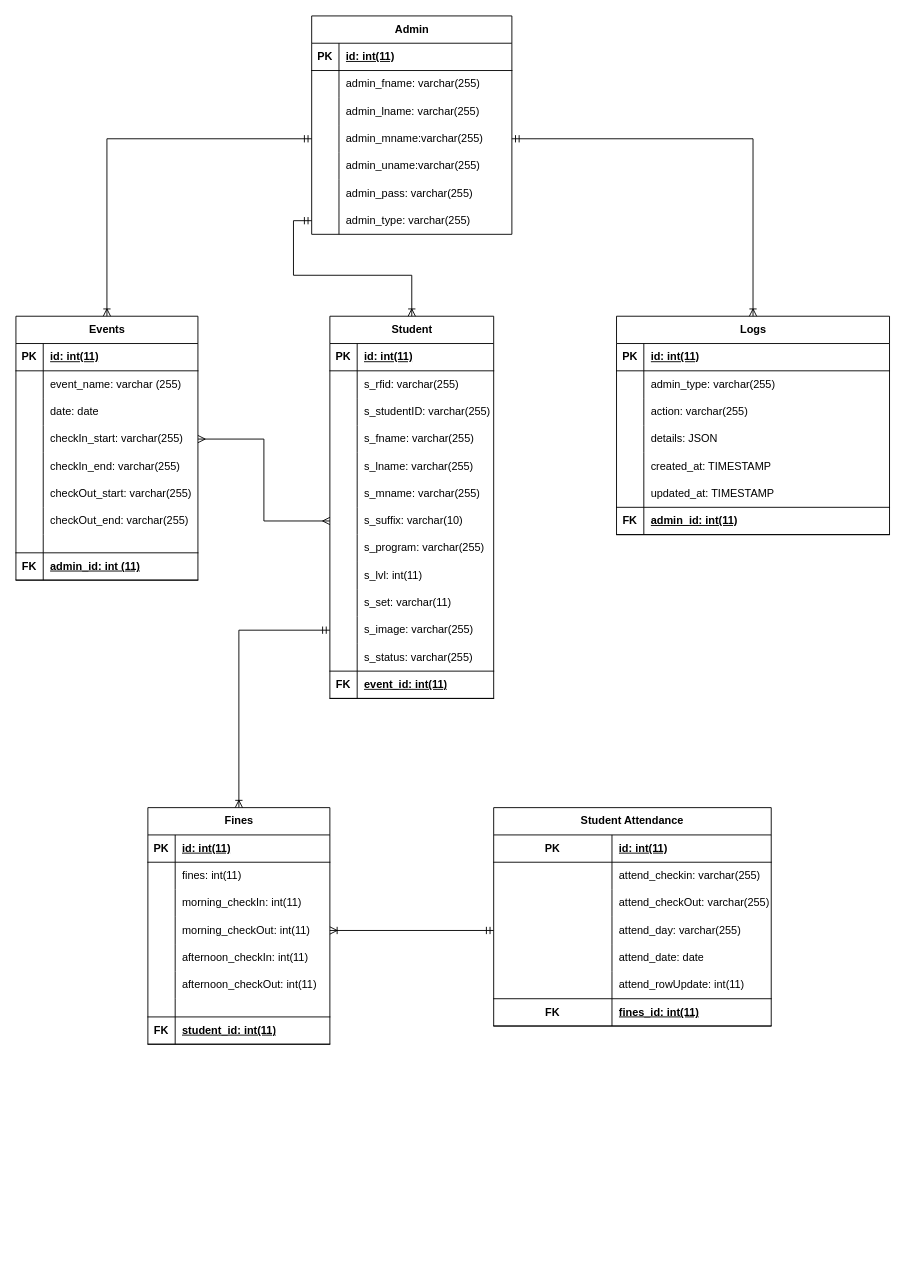
panzerweb/database_repo keeps this draw.io diagram as Attendance_System_ERD.drawio. Above is the earlier version. Source tidied: cells renumbered, new cells numbered last; positions are measured from the earlier drawing's top-left corner, leaving out a move shared by most shapes. Both pictures are drawn from the tidied source at 91%, with x=0, y=0 at pixel (15, 15).
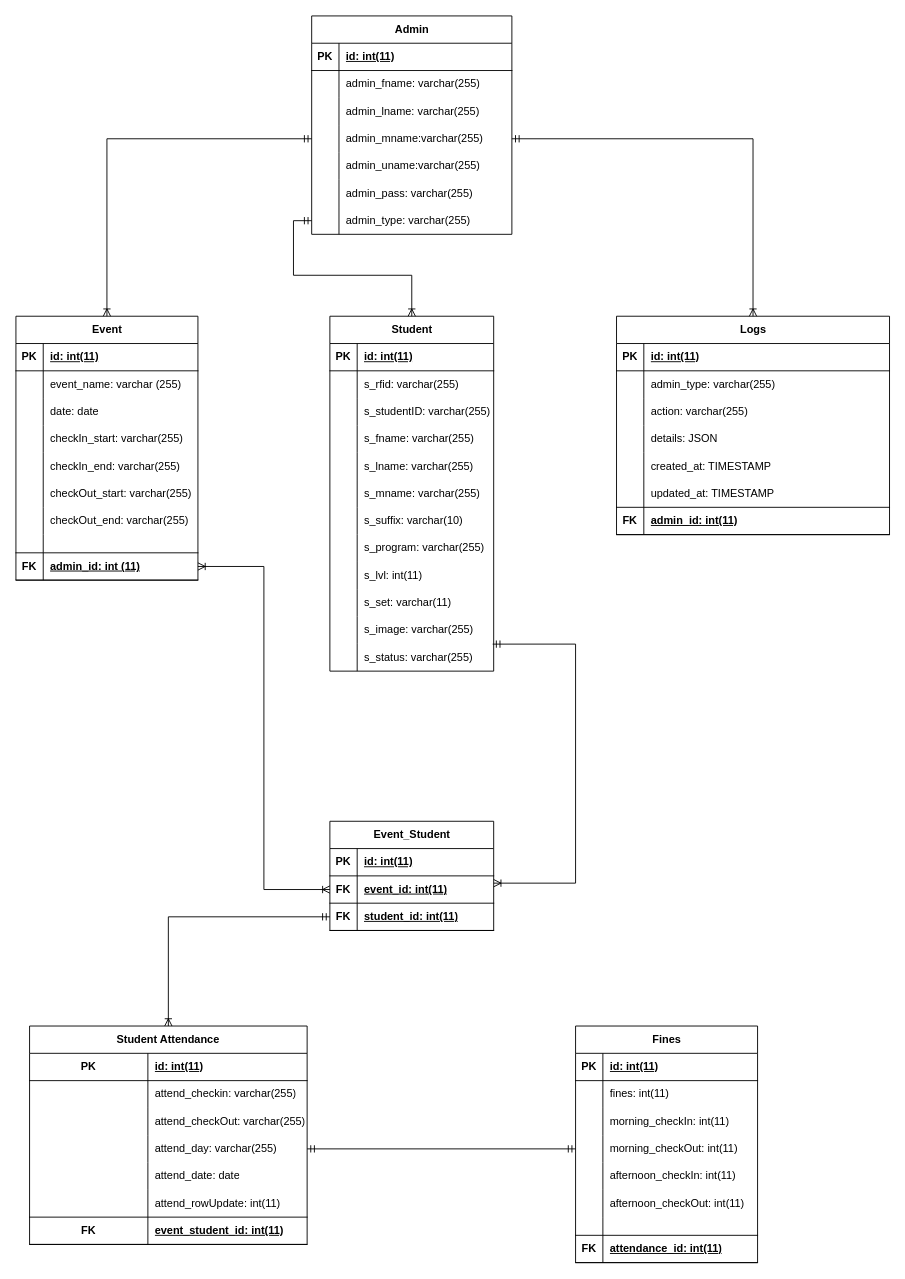
The same diagram, later.

The change refers to these unchanged cells:
```xml
<mxCell id="21" style="shape=tableRow;horizontal=0;startSize=0;swimlaneHead=0;swimlaneBody=0;fillColor=none;points=[[0,0.5],[1,0.5]];portConstraint=eastwest;top=0;left=0;right=0;bottom=0;" parent="2" vertex="1">
  <mxGeometry y="210" width="180" height="30" as="geometry" />
</mxCell>
<mxCell id="33" style="shape=tableRow;horizontal=0;startSize=0;swimlaneHead=0;swimlaneBody=0;fillColor=none;points=[[0,0.5],[1,0.5]];portConstraint=eastwest;top=0;left=0;right=0;bottom=0;" parent="2" vertex="1">
  <mxGeometry y="330" width="180" height="30" as="geometry" />
</mxCell>
<mxCell id="52" style="shape=tableRow;horizontal=0;startSize=0;swimlaneHead=0;swimlaneBody=0;fillColor=none;points=[[0,0.5],[1,0.5]];portConstraint=eastwest;top=0;left=0;right=0;bottom=0;html=1;" parent="42" vertex="1">
  <mxGeometry y="120" width="305" height="30" as="geometry" />
</mxCell>
<mxCell id="61" style="shape=tableRow;horizontal=0;startSize=0;swimlaneHead=0;swimlaneBody=0;fillColor=none;top=1;left=0;right=0;bottom=1;html=1;" parent="42" vertex="1">
  <mxGeometry y="210" width="305" height="30" as="geometry" />
</mxCell>
<mxCell id="74" style="shape=tableRow;horizontal=0;startSize=0;swimlaneHead=0;swimlaneBody=0;fillColor=none;points=[[0,0.5],[1,0.5]];portConstraint=eastwest;top=0;left=0;right=0;bottom=0;" parent="64" vertex="1">
  <mxGeometry y="120" width="200" height="30" as="geometry" />
</mxCell>
<mxCell id="86" style="shape=tableRow;horizontal=0;startSize=0;swimlaneHead=0;swimlaneBody=0;fillColor=none;top=0;left=0;right=0;bottom=1;" parent="64" vertex="1">
  <mxGeometry y="230" width="200" height="30" as="geometry" />
</mxCell>
<mxCell id="121" style="shape=tableRow;horizontal=0;startSize=0;swimlaneHead=0;swimlaneBody=0;fillColor=none;points=[[0,0.5],[1,0.5]];portConstraint=eastwest;top=0;left=0;right=0;bottom=0;" parent="111" vertex="1">
  <mxGeometry y="120" width="200" height="30" as="geometry" />
</mxCell>
<mxCell id="136" style="shape=tableRow;horizontal=0;startSize=0;swimlaneHead=0;swimlaneBody=0;fillColor=none;points=[[0,0.5],[1,0.5]];portConstraint=eastwest;top=0;left=0;right=0;bottom=1;" parent="111" vertex="1">
  <mxGeometry y="260" width="200" height="30" as="geometry" />
</mxCell>
```

The edit, as a diff of the source:
```diff
@@
     <mxCell id="2" value="Student" style="shape=table;startSize=30;childLayout=tableLayout;rowLines=0;fontStyle=1;align=center;html=1;" parent="1" vertex="1">
-      <mxGeometry x="345" y="330" width="180" height="420" as="geometry" />
+      <mxGeometry x="345" y="330" width="180" height="390" as="geometry" />
     </mxCell>
@@
-    <mxCell id="39" style="shape=tableRow;horizontal=0;startSize=0;swimlaneHead=0;swimlaneBody=0;fillColor=none;top=1;left=0;right=0;bottom=1;" parent="2" vertex="1">
-      <mxGeometry y="390" width="180" height="30" as="geometry" />
-    </mxCell>
-    <mxCell id="40" value="FK" style="shape=partialRectangle;fillColor=none;top=0;left=0;bottom=0;right=0;fontStyle=1;overflow=hidden;whiteSpace=wrap;html=1;" parent="39" vertex="1">
-      <mxGeometry width="30" height="30" as="geometry" />
-    </mxCell>
-    <mxCell id="41" value="event_id: int(11)" style="shape=partialRectangle;fillColor=none;top=0;left=0;bottom=0;right=0;align=left;spacingLeft=6;fontStyle=5;overflow=hidden;whiteSpace=wrap;html=1;" parent="39" vertex="1">
-      <mxGeometry x="30" width="150" height="30" as="geometry" />
-    </mxCell>
     <mxCell id="42" value="Student Attendance" style="shape=table;startSize=30;childLayout=tableLayout;rowLines=0;fontStyle=1;align=center;html=1;whiteSpace=wrap;" parent="1" vertex="1">
-      <mxGeometry x="525" y="870" width="305" height="240" as="geometry" />
+      <mxGeometry x="15" y="1110" width="305" height="240" as="geometry" />
     </mxCell>
@@
-    <mxCell id="63" value="fines_id: int(11)" style="shape=partialRectangle;fillColor=none;top=0;left=0;bottom=0;right=0;align=left;spacingLeft=6;fontStyle=5;overflow=hidden;html=1;whiteSpace=wrap;" parent="61" vertex="1">
+    <mxCell id="63" value="event_student_id: int(11)" style="shape=partialRectangle;fillColor=none;top=0;left=0;bottom=0;right=0;align=left;spacingLeft=6;fontStyle=5;overflow=hidden;html=1;whiteSpace=wrap;" parent="61" vertex="1">
       <mxGeometry x="130" width="175" height="30" as="geometry" />
     </mxCell>
     <mxCell id="64" value="Fines" style="shape=table;startSize=30;childLayout=tableLayout;rowLines=0;fontStyle=1;align=center;html=1;" parent="1" vertex="1">
-      <mxGeometry x="145" y="870" width="200" height="260" as="geometry" />
+      <mxGeometry x="615" y="1110" width="200" height="260" as="geometry" />
     </mxCell>
@@
-    <mxCell id="88" value="student_id: int(11)" style="shape=partialRectangle;fillColor=none;top=0;left=0;bottom=0;right=0;align=left;spacingLeft=6;fontStyle=5;overflow=hidden;whiteSpace=wrap;html=1;" parent="86" vertex="1">
+    <mxCell id="88" value="attendance_id: int(11)" style="shape=partialRectangle;fillColor=none;top=0;left=0;bottom=0;right=0;align=left;spacingLeft=6;fontStyle=5;overflow=hidden;whiteSpace=wrap;html=1;" parent="86" vertex="1">
       <mxGeometry x="30" width="170" height="30" as="geometry" />
     </mxCell>
@@
-    <mxCell id="111" value="Events" style="shape=table;startSize=30;childLayout=tableLayout;rowLines=0;fontStyle=1;align=center;html=1;" parent="1" vertex="1">
+    <mxCell id="111" value="Event" style="shape=table;startSize=30;childLayout=tableLayout;rowLines=0;fontStyle=1;align=center;html=1;" parent="1" vertex="1">
       <mxGeometry y="330" width="200" height="290" as="geometry" />
     </mxCell>
@@
-    <mxCell id="164" style="edgeStyle=orthogonalEdgeStyle;rounded=0;jettySize=auto;html=1;entryX=0;entryY=0.5;entryDx=0;entryDy=0;startArrow=ERmany;startFill=0;endArrow=ERmany;endFill=0;" parent="1" edge="1" source="121" target="21">
-      <mxGeometry relative="1" as="geometry" />
-    </mxCell>
-    <mxCell id="165" style="edgeStyle=orthogonalEdgeStyle;rounded=0;jettySize=auto;html=1;entryX=0.5;entryY=0;entryDx=0;entryDy=0;startArrow=ERmandOne;startFill=0;endArrow=ERoneToMany;endFill=0;" parent="1" edge="1" source="33" target="64">
-      <mxGeometry relative="1" as="geometry" />
-    </mxCell>
-    <mxCell id="166" style="edgeStyle=orthogonalEdgeStyle;rounded=0;jettySize=auto;html=1;entryX=0;entryY=0.5;entryDx=0;entryDy=0;startArrow=ERoneToMany;startFill=0;endArrow=ERmandOne;endFill=0;" parent="1" edge="1" source="74" target="52">
-      <mxGeometry relative="1" as="geometry" />
-    </mxCell>
+    <mxCell id="167" value="Event_Student" style="shape=table;startSize=30;childLayout=tableLayout;rowLines=0;fontStyle=1;align=center;html=1;" parent="1" vertex="1">
+      <mxGeometry x="345" y="885" width="180" height="120" as="geometry" />
+    </mxCell>
+    <mxCell id="168" style="shape=tableRow;horizontal=0;startSize=0;swimlaneHead=0;swimlaneBody=0;fillColor=none;top=0;left=0;right=0;bottom=1;" parent="167" vertex="1">
+      <mxGeometry y="30" width="180" height="30" as="geometry" />
+    </mxCell>
+    <mxCell id="169" value="PK" style="shape=partialRectangle;fillColor=none;top=0;left=0;bottom=0;right=0;fontStyle=1;overflow=hidden;whiteSpace=wrap;html=1;" parent="168" vertex="1">
+      <mxGeometry width="30" height="30" as="geometry" />
+    </mxCell>
+    <mxCell id="170" value="id: int(11)" style="shape=partialRectangle;fillColor=none;top=0;left=0;bottom=0;right=0;align=left;spacingLeft=6;fontStyle=5;overflow=hidden;whiteSpace=wrap;html=1;" parent="168" vertex="1">
+      <mxGeometry x="30" width="150" height="30" as="geometry" />
+    </mxCell>
+    <mxCell id="171" style="shape=tableRow;horizontal=0;startSize=0;swimlaneHead=0;swimlaneBody=0;fillColor=none;points=[[0,0.5],[1,0.5]];portConstraint=eastwest;top=0;left=0;right=0;bottom=1;" parent="167" vertex="1">
+      <mxGeometry y="60" width="180" height="30" as="geometry" />
+    </mxCell>
+    <mxCell id="172" value="FK" style="shape=partialRectangle;fillColor=none;top=0;left=0;bottom=0;right=0;fontStyle=1;overflow=hidden;whiteSpace=wrap;html=1;" parent="171" vertex="1">
+      <mxGeometry width="30" height="30" as="geometry" />
+    </mxCell>
+    <mxCell id="41" value="event_id: int(11)" style="shape=partialRectangle;fillColor=none;top=0;left=0;bottom=0;right=0;align=left;spacingLeft=6;fontStyle=5;overflow=hidden;whiteSpace=wrap;html=1;" parent="171" vertex="1">
+      <mxGeometry x="30" width="150" height="30" as="geometry" />
+    </mxCell>
+    <mxCell id="173" style="shape=tableRow;horizontal=0;startSize=0;swimlaneHead=0;swimlaneBody=0;fillColor=none;points=[[0,0.5],[1,0.5]];portConstraint=eastwest;top=0;left=0;right=0;bottom=1;" parent="167" vertex="1">
+      <mxGeometry y="90" width="180" height="30" as="geometry" />
+    </mxCell>
+    <mxCell id="174" value="FK" style="shape=partialRectangle;fillColor=none;top=0;left=0;bottom=0;right=0;fontStyle=1;overflow=hidden;whiteSpace=wrap;html=1;" parent="173" vertex="1">
+      <mxGeometry width="30" height="30" as="geometry" />
+    </mxCell>
+    <mxCell id="175" value="student_id: int(11)" style="shape=partialRectangle;fillColor=none;top=0;left=0;bottom=0;right=0;align=left;spacingLeft=6;fontStyle=5;overflow=hidden;whiteSpace=wrap;html=1;" parent="173" vertex="1">
+      <mxGeometry x="30" width="150" height="30" as="geometry" />
+    </mxCell>
+    <mxCell id="176" style="edgeStyle=orthogonalEdgeStyle;rounded=0;jettySize=auto;html=1;entryX=0;entryY=0.5;entryDx=0;entryDy=0;startArrow=ERoneToMany;startFill=0;endArrow=ERoneToMany;endFill=0;" parent="1" edge="1" source="136" target="171">
+      <mxGeometry relative="1" as="geometry" />
+    </mxCell>
+    <mxCell id="177" style="edgeStyle=orthogonalEdgeStyle;rounded=0;jettySize=auto;html=1;exitX=0.994;exitY=1.011;exitDx=0;exitDy=0;exitPerimeter=0;startArrow=ERmandOne;startFill=0;endArrow=ERoneToMany;endFill=0;" parent="1" edge="1" source="33" target="171">
+      <mxGeometry relative="1" as="geometry">
+        <Array as="points">
+          <mxPoint x="615" y="690" />
+          <mxPoint x="615" y="953" />
+        </Array>
+      </mxGeometry>
+    </mxCell>
+    <mxCell id="178" style="edgeStyle=orthogonalEdgeStyle;rounded=0;jettySize=auto;html=1;entryX=0.5;entryY=0;entryDx=0;entryDy=0;startArrow=ERmandOne;startFill=0;endArrow=ERoneToMany;endFill=0;" parent="1" edge="1" source="173" target="42">
+      <mxGeometry relative="1" as="geometry" />
+    </mxCell>
+    <mxCell id="179" style="edgeStyle=orthogonalEdgeStyle;rounded=0;jettySize=auto;html=1;entryX=0;entryY=0.5;entryDx=0;entryDy=0;startArrow=ERmandOne;startFill=0;endArrow=ERmandOne;endFill=0;" parent="1" edge="1" source="52" target="74">
+      <mxGeometry relative="1" as="geometry" />
+    </mxCell>
```
